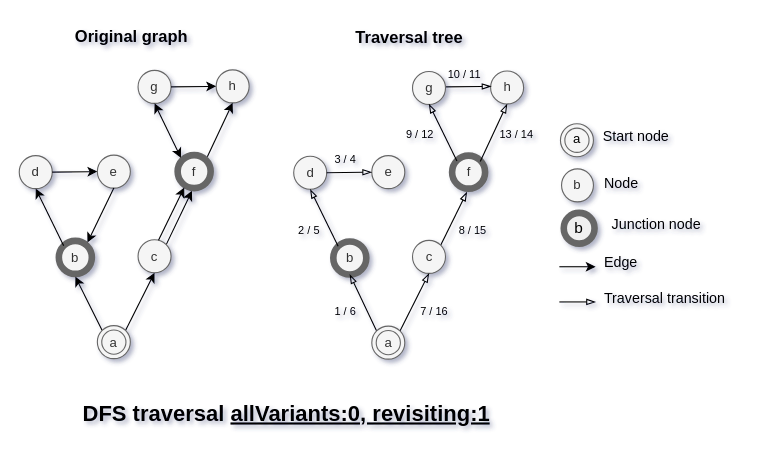
Earlier version of the draw.io diagram page "AllVariants : 0" (8 of 10) of doc/images/searchOptions/SearchOptions.drawio (Wandalen/wGraphBasic). Source tidied: cells renumbered, new cells numbered last; positions are measured from the earlier drawing's top-left corner, leaving out a move shared by most shapes. Both pictures are drawn from the tidied source at 110%, with x=0, y=0 at pixel (19, 23).
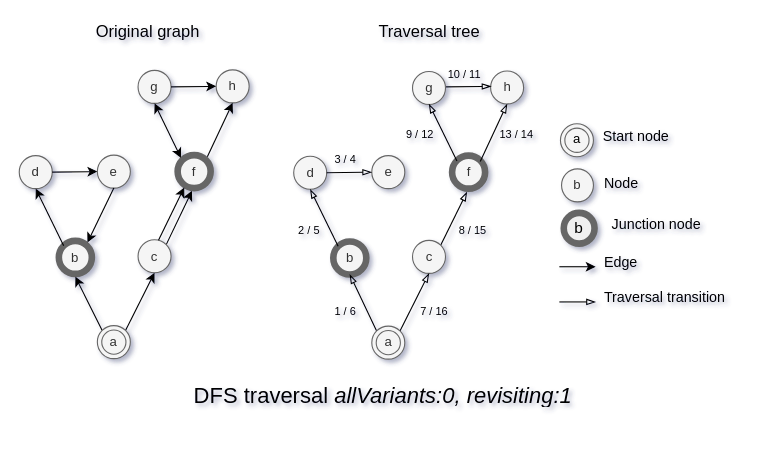
The same diagram, later.

Change to the diagram source:
```diff
@@
-    <mxCell id="46" value="&lt;b style=&quot;font-size: 15px;&quot;&gt;&lt;font style=&quot;font-size: 15px;&quot;&gt;Original graph&lt;/font&gt;&lt;/b&gt;" style="text;html=1;align=left;verticalAlign=top;spacingTop=-4;fontSize=15;" parent="1" vertex="1">
-      <mxGeometry x="49" width="109" height="14" as="geometry" />
-    </mxCell>
@@
+    <mxCell id="46" value="&lt;span style=&quot;font-size: 15px;&quot;&gt;&lt;font style=&quot;font-size: 15px;&quot;&gt;Original graph&lt;/font&gt;&lt;/span&gt;" style="text;html=1;align=left;verticalAlign=top;spacingTop=-4;fontSize=15;fontStyle=0;" parent="1" vertex="1">
+      <mxGeometry x="68" y="-4" width="109" height="14" as="geometry" />
+    </mxCell>
-    <mxCell id="56" value="&lt;b style=&quot;font-size: 20px&quot;&gt;DFS traversal &lt;u&gt;allVariants:0, revisiting:1&lt;/u&gt;&lt;br&gt;&lt;/b&gt;" style="text;html=1;align=left;verticalAlign=top;spacingTop=-4;fontSize=20;" parent="1" vertex="1">
-      <mxGeometry x="56" y="340" width="384" height="25" as="geometry" />
+    <mxCell id="56" value="&lt;span style=&quot;font-size: 20px&quot;&gt;DFS traversal &lt;i&gt;allVariants:0,&amp;nbsp;&lt;/i&gt;&lt;span&gt;&lt;i&gt;revisiting:1&lt;/i&gt;&lt;/span&gt;&lt;br&gt;&lt;/span&gt;" style="text;html=1;align=left;verticalAlign=top;spacingTop=-4;fontSize=20;fontStyle=0;" parent="1" vertex="1">
+      <mxGeometry x="157" y="323" width="355" height="25" as="geometry" />
     </mxCell>
-    <mxCell id="57" value="&lt;b&gt;Traversal&amp;nbsp;&lt;/b&gt;&lt;span style=&quot;font-size: 15px&quot;&gt;&lt;b style=&quot;font-size: 15px&quot;&gt;tree&lt;/b&gt;&lt;/span&gt;" style="text;html=1;align=left;verticalAlign=top;spacingTop=-4;fontSize=15;" parent="1" vertex="1">
-      <mxGeometry x="304" y="1" width="107" height="19" as="geometry" />
+    <mxCell id="57" value="&lt;span&gt;Traversal&amp;nbsp;&lt;/span&gt;&lt;span style=&quot;font-size: 15px&quot;&gt;&lt;span style=&quot;font-size: 15px&quot;&gt;tree&lt;/span&gt;&lt;/span&gt;" style="text;html=1;align=left;verticalAlign=top;spacingTop=-4;fontSize=15;fontStyle=0;" parent="1" vertex="1">
+      <mxGeometry x="325" y="-4" width="107" height="19" as="geometry" />
     </mxCell>
```
